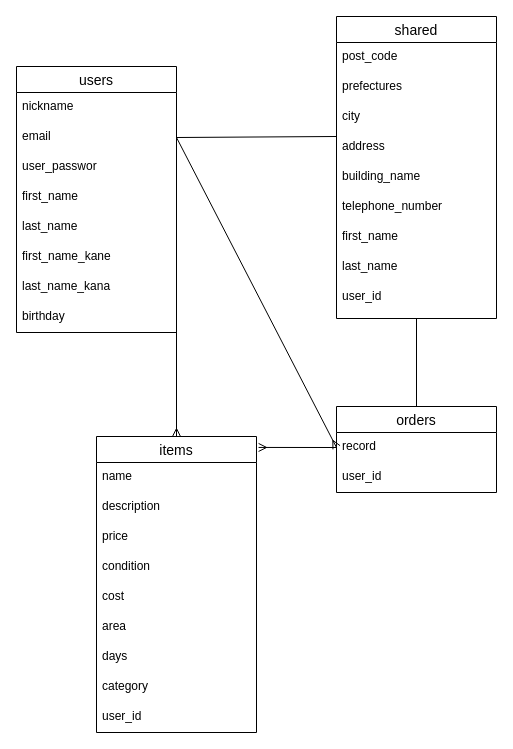
Earlier version of the draw.io diagram test.dio (2316hako/furima-38958). Source tidied: cells renumbered, new cells numbered last; positions are measured from the earlier drawing's top-left corner, leaving out a move shared by most shapes. Both pictures are drawn from the tidied source at 100%, with x=0, y=0 at pixel (16, 16).
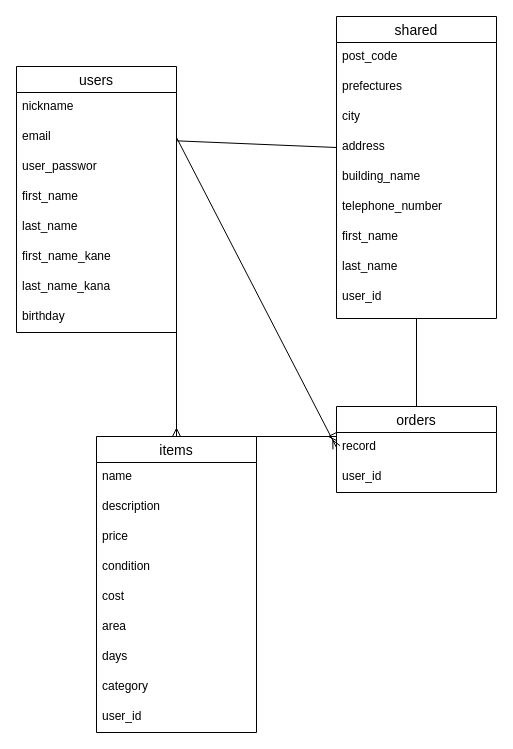
After the change.

Commit message (it also covers changes not shown here):
データベース設計4

The change refers to these unchanged cells:
```xml
<mxCell id="4" value="email" style="text;strokeColor=none;fillColor=none;spacingLeft=4;spacingRight=4;overflow=hidden;points=[[0,0.5],[1,0.5]];portConstraint=eastwest;fontSize=12;" parent="2" vertex="1">
  <mxGeometry y="56" width="160" height="30" as="geometry" />
</mxCell>
<mxCell id="11" value="items" style="swimlane;fontStyle=0;horizontal=1;startSize=26;align=center;fontSize=14;" parent="1" vertex="1">
  <mxGeometry x="80" y="420" width="160" height="296" as="geometry" />
</mxCell>
<mxCell id="25" value="address" style="text;strokeColor=none;fillColor=none;spacingLeft=4;spacingRight=4;overflow=hidden;points=[[0,0.5],[1,0.5]];portConstraint=eastwest;fontSize=12;" parent="21" vertex="1">
  <mxGeometry y="116" width="160" height="30" as="geometry" />
</mxCell>
<mxCell id="36" value="record" style="text;strokeColor=none;fillColor=none;spacingLeft=4;spacingRight=4;overflow=hidden;points=[[0,0.5],[1,0.5]];portConstraint=eastwest;fontSize=12;" parent="35" vertex="1">
  <mxGeometry y="26" width="160" height="30" as="geometry" />
</mxCell>
```

The edit, as a diff of the source:
```diff
@@
+    <mxCell id="40" style="edgeStyle=none;html=1;exitX=1;exitY=0;exitDx=0;exitDy=0;endArrow=ERmany;endFill=0;" parent="1" edge="1" source="11">
+      <mxGeometry relative="1" as="geometry">
+        <mxPoint x="320" y="420" as="targetPoint" />
+      </mxGeometry>
+    </mxCell>
@@
-    <mxCell id="32" style="edgeStyle=none;html=1;exitX=1;exitY=0.5;exitDx=0;exitDy=0;endArrow=none;endFill=0;" parent="1" edge="1" source="4">
-      <mxGeometry relative="1" as="geometry">
-        <mxPoint x="320" y="120" as="targetPoint" />
-      </mxGeometry>
-    </mxCell>
@@
-    <mxCell id="39" style="edgeStyle=none;html=1;exitX=0;exitY=0.5;exitDx=0;exitDy=0;entryX=1.013;entryY=0.037;entryDx=0;entryDy=0;entryPerimeter=0;endArrow=ERmany;endFill=0;" parent="1" edge="1" source="36" target="11">
-      <mxGeometry relative="1" as="geometry" />
-    </mxCell>
+    <mxCell id="41" style="edgeStyle=none;html=1;exitX=0;exitY=0.5;exitDx=0;exitDy=0;endArrow=none;endFill=0;" parent="1" edge="1" source="25" target="4">
+      <mxGeometry relative="1" as="geometry" />
+    </mxCell>
```
